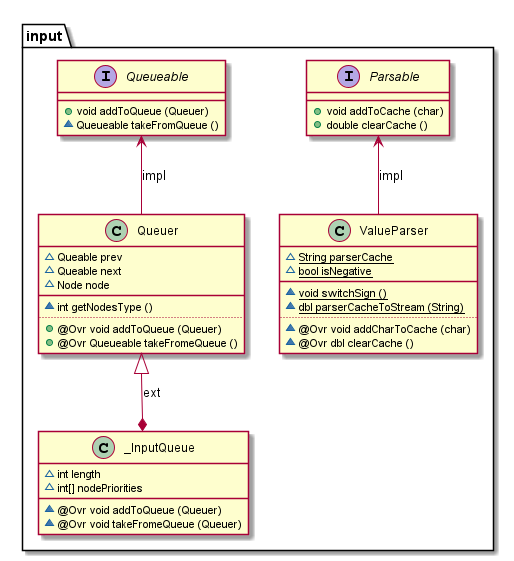
The PlantUML diagram src/main/resources/static/package_input_structure.png in vitalispopoff/calculator, before a commit.
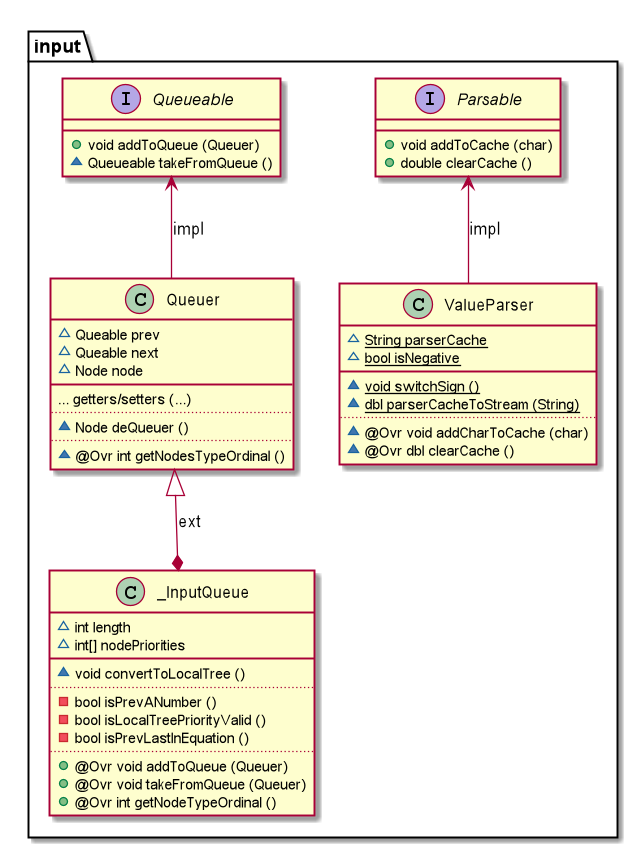
The same file after the commit.

Change to the diagram source:
```diff
@@ -3,43 +3,51 @@
 package input{
 
     interface Parsable{
-            + {method} void addToCache (char)
-            + {method} double clearCache ()
+            +  {method} void addToCache (char)
+            +  {method} double clearCache ()
     }
 
     class ValueParser{
-            ~ {field} {static} String parserCache
-            ~ {field} {static} bool isNegative
+            ~   {field}  {static} String parserCache
+            ~   {field}  {static} bool isNegative
         __
-            ~ {method} {static} void switchSign ()
-            ~ {method} {static} dbl parserCacheToStream (String)
+            ~   {method} {static} void switchSign ()
+            ~   {method} {static} dbl parserCacheToStream (String)
         ..
-            ~ {method} @Ovr void addCharToCache (char)
-            ~ {method} @Ovr dbl clearCache ()
+            ~   {method} @Ovr void addCharToCache (char)
+            ~   {method} @Ovr dbl clearCache ()
     }
 
     interface Queueable{
-            + {method} void addToQueue (Queuer)
-            ~ {method} Queueable takeFromQueue ()
+            +   {method} void addToQueue (Queuer)
+            ~   {method} Queueable takeFromQueue ()
     }
 
     class _InputQueue{
-            ~ {field} int length
-            ~ {field} int[] nodePriorities
+            ~   {field}  int length
+            ~   {field}  int[] nodePriorities
         __
-            ~ {method} @Ovr void addToQueue (Queuer)
-            ~ {method} @Ovr void takeFromeQueue (Queuer)
+            ~   {method} void convertToLocalTree ()
+        ..
+            -   {method} bool isPrevANumber ()
+            -   {method} bool isLocalTreePriorityValid ()
+            -   {method} bool isPrevLastInEquation ()
+        ..
+            +   {method} @Ovr void addToQueue (Queuer)
+            +   {method} @Ovr void takeFromQueue (Queuer)
+            +   {method} @Ovr int getNodeTypeOrdinal ()
     }
 
     class Queuer{
-            ~ {field} Queable prev
-            ~ {field} Queable next
-            ~ {field} Node node
+            ~   {field}  Queable prev
+            ~   {field}  Queable next
+            ~   {field}  Node node
         __
-            ~ {method} int getNodesType ()
+                {method} ... getters/setters (...)
         ..
-            + {method} @Ovr void addToQueue (Queuer)
-            + {method} @Ovr Queueable takeFromeQueue ()
+            ~   {method} Node deQueuer ()
+        ..
+            ~   {method} @Ovr int getNodesTypeOrdinal ()
     }
 
     Parsable        <--     ValueParser     : impl
```
